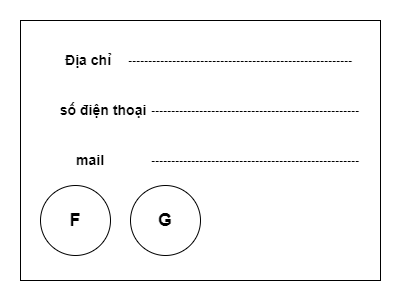
Before: image/LienheMobile (1).png, a diagram exported from draw.io (MinhDangph34649/Web106_dangnm). Source tidied: cells renumbered, new cells last; positions are measured from the earlier drawing's top-left corner, leaving out a move shared by most shapes. Its diagram source:
```xml
<mxGraphModel>
  <root>
    <mxCell id="0" />
    <mxCell id="1" parent="0" />
    <mxCell id="2" style="rounded=0;whiteSpace=wrap;html=1;" parent="1" vertex="1">
      <mxGeometry width="360" height="260" as="geometry" />
    </mxCell>
    <mxCell id="3" value="&lt;h3&gt;Địa chỉ&amp;nbsp;&lt;/h3&gt;" style="text;html=1;strokeColor=none;fillColor=none;align=center;verticalAlign=middle;whiteSpace=wrap;rounded=0;" parent="1" vertex="1">
      <mxGeometry x="40" y="25" width="60" height="30" as="geometry" />
    </mxCell>
    <mxCell id="4" value="&lt;h3&gt;số điện thoại&amp;nbsp;&lt;/h3&gt;" style="text;html=1;strokeColor=none;fillColor=none;align=center;verticalAlign=middle;whiteSpace=wrap;rounded=0;" parent="1" vertex="1">
      <mxGeometry x="30" y="75" width="110" height="30" as="geometry" />
    </mxCell>
    <mxCell id="5" value="&lt;h3&gt;mail&lt;/h3&gt;" style="text;html=1;strokeColor=none;fillColor=none;align=center;verticalAlign=middle;whiteSpace=wrap;rounded=0;" parent="1" vertex="1">
      <mxGeometry x="30" y="125" width="80" height="30" as="geometry" />
    </mxCell>
    <mxCell id="6" style="ellipse;whiteSpace=wrap;html=1;" parent="1" vertex="1">
      <mxGeometry x="20" y="165" width="70" height="70" as="geometry" />
    </mxCell>
    <mxCell id="7" style="ellipse;whiteSpace=wrap;html=1;" parent="1" vertex="1">
      <mxGeometry x="110" y="165" width="70" height="70" as="geometry" />
    </mxCell>
    <mxCell id="8" value="&lt;h2&gt;&lt;b&gt;F&lt;/b&gt;&lt;/h2&gt;" style="text;html=1;strokeColor=none;fillColor=none;align=center;verticalAlign=middle;whiteSpace=wrap;rounded=0;" parent="1" vertex="1">
      <mxGeometry x="25" y="185" width="60" height="30" as="geometry" />
    </mxCell>
    <mxCell id="9" value="&lt;h2&gt;G&lt;/h2&gt;" style="text;html=1;strokeColor=none;fillColor=none;align=center;verticalAlign=middle;whiteSpace=wrap;rounded=0;" parent="1" vertex="1">
      <mxGeometry x="115" y="185" width="60" height="30" as="geometry" />
    </mxCell>
    <mxCell id="10" value="&lt;b&gt;--------------------------------------------------------&lt;/b&gt;" style="text;html=1;strokeColor=none;fillColor=none;align=center;verticalAlign=middle;whiteSpace=wrap;rounded=0;" parent="1" vertex="1">
      <mxGeometry x="100" y="25" width="240" height="30" as="geometry" />
    </mxCell>
    <mxCell id="11" value="&lt;b&gt;----------------------------------------------------&lt;/b&gt;" style="text;html=1;strokeColor=none;fillColor=none;align=center;verticalAlign=middle;whiteSpace=wrap;rounded=0;" parent="1" vertex="1">
      <mxGeometry x="130" y="75" width="210" height="30" as="geometry" />
    </mxCell>
    <mxCell id="12" value="&lt;b&gt;----------------------------------------------------&lt;/b&gt;" style="text;html=1;strokeColor=none;fillColor=none;align=center;verticalAlign=middle;whiteSpace=wrap;rounded=0;" parent="1" vertex="1">
      <mxGeometry x="130" y="125" width="210" height="30" as="geometry" />
    </mxCell>
  </root>
</mxGraphModel>
```
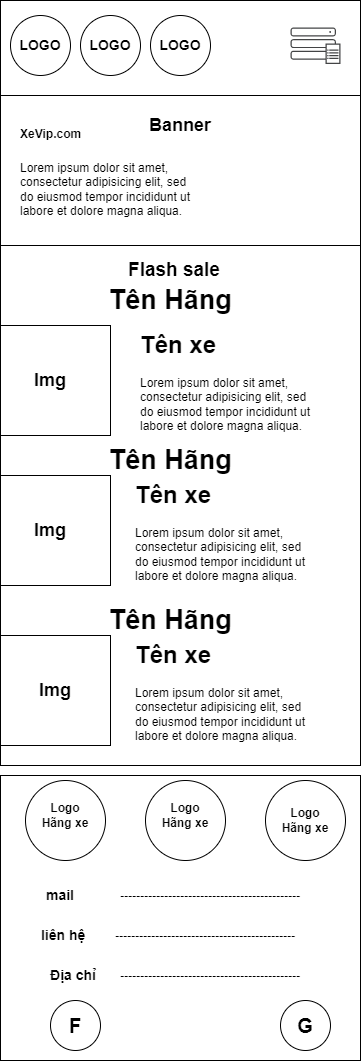
The same diagram one commit later.

What changed in the source:
```diff
@@ -2,38 +2,128 @@
   <root>
     <mxCell id="0" />
     <mxCell id="1" parent="0" />
-    <mxCell id="2" style="rounded=0;whiteSpace=wrap;html=1;" parent="1" vertex="1">
-      <mxGeometry width="360" height="260" as="geometry" />
-    </mxCell>
+    <mxCell id="13" style="rounded=0;whiteSpace=wrap;html=1;" parent="1" vertex="1">
+      <mxGeometry width="360" height="285" as="geometry" />
+    </mxCell>
+    <mxCell id="14" style="rounded=0;whiteSpace=wrap;html=1;" parent="1" vertex="1">
+      <mxGeometry y="-775" width="360" height="765" as="geometry" />
+    </mxCell>
+    <mxCell id="15" style="ellipse;whiteSpace=wrap;html=1;" parent="1" vertex="1">
+      <mxGeometry x="10" y="-760" width="60" height="60" as="geometry" />
+    </mxCell>
+    <mxCell id="16" style="ellipse;whiteSpace=wrap;html=1;" parent="1" vertex="1">
+      <mxGeometry x="80" y="-760" width="60" height="60" as="geometry" />
+    </mxCell>
+    <mxCell id="17" style="ellipse;whiteSpace=wrap;html=1;" parent="1" vertex="1">
+      <mxGeometry x="150" y="-760" width="60" height="60" as="geometry" />
+    </mxCell>
+    <mxCell id="18" style="rounded=0;whiteSpace=wrap;html=1;" parent="1" vertex="1">
+      <mxGeometry y="-680" width="360" height="150" as="geometry" />
+    </mxCell>
+    <mxCell id="19" value="&lt;h1 style=&quot;&quot;&gt;&lt;font style=&quot;font-size: 12px;&quot;&gt;XeVip.com&lt;/font&gt;&lt;/h1&gt;&lt;p style=&quot;&quot;&gt;&lt;font style=&quot;font-size: 12px;&quot;&gt;Lorem ipsum dolor sit amet, consectetur adipisicing elit, sed do eiusmod tempor incididunt ut labore et dolore magna aliqua.&lt;/font&gt;&lt;/p&gt;" style="text;html=1;strokeColor=none;fillColor=none;spacing=5;spacingTop=-20;whiteSpace=wrap;overflow=hidden;rounded=0;" parent="1" vertex="1">
+      <mxGeometry x="15" y="-665" width="190" height="120" as="geometry" />
+    </mxCell>
+    <mxCell id="20" value="&lt;b&gt;&lt;font style=&quot;font-size: 18px;&quot;&gt;Banner&lt;/font&gt;&lt;/b&gt;" style="text;html=1;strokeColor=none;fillColor=none;align=center;verticalAlign=middle;whiteSpace=wrap;rounded=0;" parent="1" vertex="1">
+      <mxGeometry x="135" y="-665" width="90" height="30" as="geometry" />
+    </mxCell>
+    <mxCell id="21" style="sketch=0;shadow=0;dashed=0;html=1;strokeColor=none;fillColor=#434445;labelPosition=center;verticalLabelPosition=bottom;verticalAlign=top;align=center;shape=mxgraph.vvd.array_manager;" parent="1" vertex="1">
+      <mxGeometry x="290" y="-748" width="50" height="36.5" as="geometry" />
+    </mxCell>
+    <mxCell id="22" value="&lt;b&gt;&lt;font style=&quot;font-size: 14px;&quot;&gt;LOGO&lt;/font&gt;&lt;/b&gt;" style="text;html=1;strokeColor=none;fillColor=none;align=center;verticalAlign=middle;whiteSpace=wrap;rounded=0;" parent="1" vertex="1">
+      <mxGeometry x="10" y="-744.8" width="60" height="30" as="geometry" />
+    </mxCell>
+    <mxCell id="23" value="&lt;b&gt;&lt;font style=&quot;font-size: 14px;&quot;&gt;LOGO&lt;/font&gt;&lt;/b&gt;" style="text;html=1;strokeColor=none;fillColor=none;align=center;verticalAlign=middle;whiteSpace=wrap;rounded=0;" parent="1" vertex="1">
+      <mxGeometry x="150" y="-744.8" width="60" height="30" as="geometry" />
+    </mxCell>
+    <mxCell id="24" value="&lt;b&gt;&lt;font style=&quot;font-size: 14px;&quot;&gt;LOGO&lt;/font&gt;&lt;/b&gt;" style="text;html=1;strokeColor=none;fillColor=none;align=center;verticalAlign=middle;whiteSpace=wrap;rounded=0;" parent="1" vertex="1">
+      <mxGeometry x="80" y="-745" width="60" height="30" as="geometry" />
+    </mxCell>
+    <mxCell id="25" value="&lt;h3&gt;&lt;span style=&quot;font-size: 19px;&quot;&gt;Flash sale&lt;/span&gt;&lt;/h3&gt;" style="text;html=1;strokeColor=none;fillColor=none;align=center;verticalAlign=middle;whiteSpace=wrap;rounded=0;" parent="1" vertex="1">
+      <mxGeometry x="104" y="-520" width="140" height="30" as="geometry" />
+    </mxCell>
+    <mxCell id="26" style="rounded=0;whiteSpace=wrap;html=1;" parent="1" vertex="1">
+      <mxGeometry y="-450" width="110" height="110" as="geometry" />
+    </mxCell>
+    <mxCell id="27" value="&lt;h1&gt;Tên xe&lt;/h1&gt;&lt;p&gt;Lorem ipsum dolor sit amet, consectetur adipisicing elit, sed do eiusmod tempor incididunt ut labore et dolore magna aliqua.&lt;/p&gt;" style="text;html=1;strokeColor=none;fillColor=none;spacing=5;spacingTop=-20;whiteSpace=wrap;overflow=hidden;rounded=0;" parent="1" vertex="1">
+      <mxGeometry x="135" y="-450" width="190" height="110" as="geometry" />
+    </mxCell>
+    <mxCell id="28" style="rounded=0;whiteSpace=wrap;html=1;" parent="1" vertex="1">
+      <mxGeometry y="-300" width="110" height="110" as="geometry" />
+    </mxCell>
+    <mxCell id="29" value="&lt;h1&gt;Tên xe&lt;/h1&gt;&lt;p&gt;Lorem ipsum dolor sit amet, consectetur adipisicing elit, sed do eiusmod tempor incididunt ut labore et dolore magna aliqua.&lt;/p&gt;" style="text;html=1;strokeColor=none;fillColor=none;spacing=5;spacingTop=-20;whiteSpace=wrap;overflow=hidden;rounded=0;" parent="1" vertex="1">
+      <mxGeometry x="130" y="-300" width="190" height="110" as="geometry" />
+    </mxCell>
+    <mxCell id="30" value="&lt;h1&gt;Tên xe&lt;/h1&gt;&lt;p&gt;Lorem ipsum dolor sit amet, consectetur adipisicing elit, sed do eiusmod tempor incididunt ut labore et dolore magna aliqua.&lt;/p&gt;" style="text;html=1;strokeColor=none;fillColor=none;spacing=5;spacingTop=-20;whiteSpace=wrap;overflow=hidden;rounded=0;" parent="1" vertex="1">
+      <mxGeometry x="130" y="-140" width="190" height="110" as="geometry" />
+    </mxCell>
+    <mxCell id="31" style="rounded=0;whiteSpace=wrap;html=1;" parent="1" vertex="1">
+      <mxGeometry y="-140" width="110" height="110" as="geometry" />
+    </mxCell>
+    <mxCell id="32" value="&lt;h1&gt;&lt;b&gt;&lt;font style=&quot;font-size: 27px;&quot;&gt;Tên Hãng&amp;nbsp;&lt;/font&gt;&lt;/b&gt;&lt;/h1&gt;" style="text;html=1;strokeColor=none;fillColor=none;align=center;verticalAlign=middle;whiteSpace=wrap;rounded=0;" parent="1" vertex="1">
+      <mxGeometry x="66" y="-490" width="216" height="30" as="geometry" />
+    </mxCell>
+    <mxCell id="33" value="&lt;h1&gt;&lt;b&gt;&lt;font style=&quot;font-size: 27px;&quot;&gt;Tên Hãng&amp;nbsp;&lt;/font&gt;&lt;/b&gt;&lt;/h1&gt;" style="text;html=1;strokeColor=none;fillColor=none;align=center;verticalAlign=middle;whiteSpace=wrap;rounded=0;" parent="1" vertex="1">
+      <mxGeometry x="66" y="-330" width="216" height="30" as="geometry" />
+    </mxCell>
+    <mxCell id="34" value="&lt;h1&gt;&lt;b&gt;&lt;font style=&quot;font-size: 27px;&quot;&gt;Tên Hãng&amp;nbsp;&lt;/font&gt;&lt;/b&gt;&lt;/h1&gt;" style="text;html=1;strokeColor=none;fillColor=none;align=center;verticalAlign=middle;whiteSpace=wrap;rounded=0;" parent="1" vertex="1">
+      <mxGeometry x="66" y="-170" width="216" height="30" as="geometry" />
+    </mxCell>
+    <mxCell id="35" value="&lt;b&gt;&lt;font style=&quot;font-size: 18px;&quot;&gt;Img&lt;/font&gt;&lt;/b&gt;" style="text;html=1;strokeColor=none;fillColor=none;align=center;verticalAlign=middle;whiteSpace=wrap;rounded=0;" parent="1" vertex="1">
+      <mxGeometry x="25" y="-100" width="60" height="30" as="geometry" />
+    </mxCell>
+    <mxCell id="36" value="&lt;b&gt;&lt;font style=&quot;font-size: 18px;&quot;&gt;Img&lt;/font&gt;&lt;/b&gt;" style="text;html=1;strokeColor=none;fillColor=none;align=center;verticalAlign=middle;whiteSpace=wrap;rounded=0;" parent="1" vertex="1">
+      <mxGeometry x="20" y="-260" width="60" height="30" as="geometry" />
+    </mxCell>
+    <mxCell id="37" value="&lt;b&gt;&lt;font style=&quot;font-size: 18px;&quot;&gt;Img&lt;/font&gt;&lt;/b&gt;" style="text;html=1;strokeColor=none;fillColor=none;align=center;verticalAlign=middle;whiteSpace=wrap;rounded=0;" parent="1" vertex="1">
+      <mxGeometry x="20" y="-410" width="60" height="30" as="geometry" />
+    </mxCell>
-    <mxCell id="3" value="&lt;h3&gt;Địa chỉ&amp;nbsp;&lt;/h3&gt;" style="text;html=1;strokeColor=none;fillColor=none;align=center;verticalAlign=middle;whiteSpace=wrap;rounded=0;" parent="1" vertex="1">
-      <mxGeometry x="40" y="25" width="60" height="30" as="geometry" />
+    <mxCell id="3" value="&lt;b&gt;&lt;font style=&quot;font-size: 14px;&quot;&gt;Địa chỉ&amp;nbsp;&lt;/font&gt;&lt;/b&gt;" style="text;html=1;strokeColor=none;fillColor=none;align=center;verticalAlign=middle;whiteSpace=wrap;rounded=0;" parent="1" vertex="1">
+      <mxGeometry x="15" y="185" width="120" height="30" as="geometry" />
     </mxCell>
-    <mxCell id="4" value="&lt;h3&gt;số điện thoại&amp;nbsp;&lt;/h3&gt;" style="text;html=1;strokeColor=none;fillColor=none;align=center;verticalAlign=middle;whiteSpace=wrap;rounded=0;" parent="1" vertex="1">
-      <mxGeometry x="30" y="75" width="110" height="30" as="geometry" />
-    </mxCell>
+    <mxCell id="38" value="&lt;span style=&quot;font-size: 14px;&quot;&gt;&lt;b&gt;liên hệ&amp;nbsp;&lt;/b&gt;&lt;/span&gt;" style="text;html=1;strokeColor=none;fillColor=none;align=center;verticalAlign=middle;whiteSpace=wrap;rounded=0;" parent="1" vertex="1">
+      <mxGeometry x="5" y="145" width="120" height="30" as="geometry" />
+    </mxCell>
-    <mxCell id="5" value="&lt;h3&gt;mail&lt;/h3&gt;" style="text;html=1;strokeColor=none;fillColor=none;align=center;verticalAlign=middle;whiteSpace=wrap;rounded=0;" parent="1" vertex="1">
-      <mxGeometry x="30" y="125" width="80" height="30" as="geometry" />
+    <mxCell id="5" value="&lt;span style=&quot;font-size: 14px;&quot;&gt;&lt;b&gt;mail&lt;/b&gt;&lt;/span&gt;" style="text;html=1;strokeColor=none;fillColor=none;align=center;verticalAlign=middle;whiteSpace=wrap;rounded=0;" parent="1" vertex="1">
+      <mxGeometry y="105" width="120" height="30" as="geometry" />
     </mxCell>
-    <mxCell id="6" style="ellipse;whiteSpace=wrap;html=1;" parent="1" vertex="1">
-      <mxGeometry x="20" y="165" width="70" height="70" as="geometry" />
-    </mxCell>
-    <mxCell id="7" style="ellipse;whiteSpace=wrap;html=1;" parent="1" vertex="1">
-      <mxGeometry x="110" y="165" width="70" height="70" as="geometry" />
-    </mxCell>
+    <mxCell id="39" value="&lt;b&gt;---------------------------------------------&lt;/b&gt;" style="text;html=1;strokeColor=none;fillColor=none;align=center;verticalAlign=middle;whiteSpace=wrap;rounded=0;" parent="1" vertex="1">
+      <mxGeometry x="90" y="185" width="240" height="30" as="geometry" />
+    </mxCell>
+    <mxCell id="40" value="&lt;b&gt;---------------------------------------------&lt;/b&gt;" style="text;html=1;strokeColor=none;fillColor=none;align=center;verticalAlign=middle;whiteSpace=wrap;rounded=0;" parent="1" vertex="1">
+      <mxGeometry x="85" y="145" width="240" height="30" as="geometry" />
+    </mxCell>
+    <mxCell id="41" value="&lt;b&gt;---------------------------------------------&lt;/b&gt;" style="text;html=1;strokeColor=none;fillColor=none;align=center;verticalAlign=middle;whiteSpace=wrap;rounded=0;" parent="1" vertex="1">
+      <mxGeometry x="90" y="105" width="240" height="30" as="geometry" />
+    </mxCell>
+    <mxCell id="42" style="ellipse;whiteSpace=wrap;html=1;" parent="1" vertex="1">
+      <mxGeometry x="280" y="225" width="50" height="50" as="geometry" />
+    </mxCell>
+    <mxCell id="43" style="ellipse;whiteSpace=wrap;html=1;" parent="1" vertex="1">
+      <mxGeometry x="50" y="225" width="50" height="50" as="geometry" />
+    </mxCell>
-    <mxCell id="8" value="&lt;h2&gt;&lt;b&gt;F&lt;/b&gt;&lt;/h2&gt;" style="text;html=1;strokeColor=none;fillColor=none;align=center;verticalAlign=middle;whiteSpace=wrap;rounded=0;" parent="1" vertex="1">
-      <mxGeometry x="25" y="185" width="60" height="30" as="geometry" />
+    <mxCell id="8" value="&lt;b&gt;&lt;font style=&quot;font-size: 20px;&quot;&gt;F&lt;/font&gt;&lt;/b&gt;" style="text;html=1;strokeColor=none;fillColor=none;align=center;verticalAlign=middle;whiteSpace=wrap;rounded=0;" parent="1" vertex="1">
+      <mxGeometry x="45" y="235" width="60" height="30" as="geometry" />
     </mxCell>
-    <mxCell id="9" value="&lt;h2&gt;G&lt;/h2&gt;" style="text;html=1;strokeColor=none;fillColor=none;align=center;verticalAlign=middle;whiteSpace=wrap;rounded=0;" parent="1" vertex="1">
-      <mxGeometry x="115" y="185" width="60" height="30" as="geometry" />
+    <mxCell id="9" value="&lt;span style=&quot;font-size: 20px;&quot;&gt;&lt;b&gt;G&lt;/b&gt;&lt;/span&gt;" style="text;html=1;strokeColor=none;fillColor=none;align=center;verticalAlign=middle;whiteSpace=wrap;rounded=0;" parent="1" vertex="1">
+      <mxGeometry x="275" y="235" width="60" height="30" as="geometry" />
     </mxCell>
-    <mxCell id="10" value="&lt;b&gt;--------------------------------------------------------&lt;/b&gt;" style="text;html=1;strokeColor=none;fillColor=none;align=center;verticalAlign=middle;whiteSpace=wrap;rounded=0;" parent="1" vertex="1">
-      <mxGeometry x="100" y="25" width="240" height="30" as="geometry" />
-    </mxCell>
-    <mxCell id="11" value="&lt;b&gt;----------------------------------------------------&lt;/b&gt;" style="text;html=1;strokeColor=none;fillColor=none;align=center;verticalAlign=middle;whiteSpace=wrap;rounded=0;" parent="1" vertex="1">
-      <mxGeometry x="130" y="75" width="210" height="30" as="geometry" />
-    </mxCell>
-    <mxCell id="12" value="&lt;b&gt;----------------------------------------------------&lt;/b&gt;" style="text;html=1;strokeColor=none;fillColor=none;align=center;verticalAlign=middle;whiteSpace=wrap;rounded=0;" parent="1" vertex="1">
-      <mxGeometry x="130" y="125" width="210" height="30" as="geometry" />
-    </mxCell>
+    <mxCell id="44" style="ellipse;whiteSpace=wrap;html=1;" parent="1" vertex="1">
+      <mxGeometry x="25" y="5" width="80" height="80" as="geometry" />
+    </mxCell>
+    <mxCell id="45" style="ellipse;whiteSpace=wrap;html=1;" parent="1" vertex="1">
+      <mxGeometry x="265" y="5" width="80" height="80" as="geometry" />
+    </mxCell>
+    <mxCell id="46" style="ellipse;whiteSpace=wrap;html=1;" parent="1" vertex="1">
+      <mxGeometry x="145" y="5" width="80" height="80" as="geometry" />
+    </mxCell>
+    <mxCell id="47" value="&lt;b&gt;Logo Hãng xe&lt;/b&gt;" style="text;html=1;strokeColor=none;fillColor=none;align=center;verticalAlign=middle;whiteSpace=wrap;rounded=0;" parent="1" vertex="1">
+      <mxGeometry x="275" y="30" width="60" height="30" as="geometry" />
+    </mxCell>
+    <mxCell id="48" value="&lt;b&gt;Logo Hãng xe&lt;/b&gt;" style="text;html=1;strokeColor=none;fillColor=none;align=center;verticalAlign=middle;whiteSpace=wrap;rounded=0;" parent="1" vertex="1">
+      <mxGeometry x="35" y="25" width="60" height="30" as="geometry" />
+    </mxCell>
+    <mxCell id="49" value="&lt;b&gt;Logo Hãng xe&lt;/b&gt;" style="text;html=1;strokeColor=none;fillColor=none;align=center;verticalAlign=middle;whiteSpace=wrap;rounded=0;" parent="1" vertex="1">
+      <mxGeometry x="155" y="25" width="60" height="30" as="geometry" />
+    </mxCell>
   </root>
 </mxGraphModel>
```
